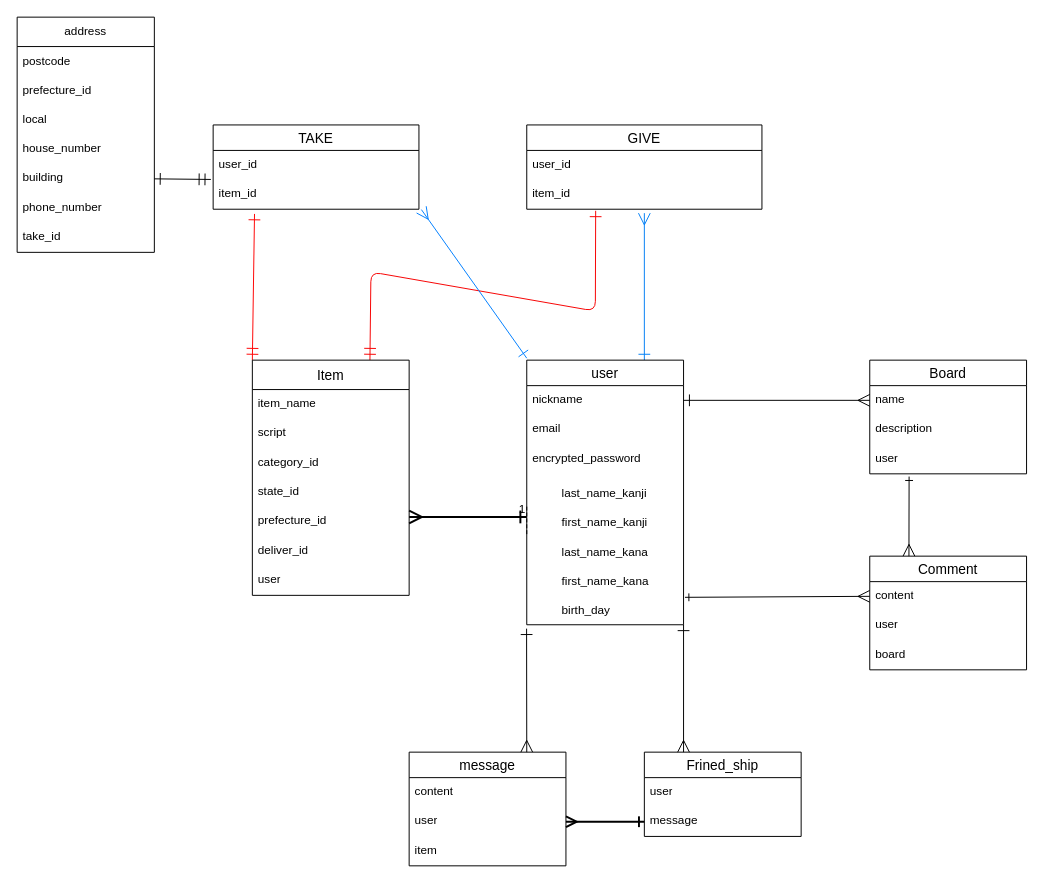
The draw.io diagram katarine.dio in Tomoki-Fukasawa/KATARINE, before the edit. Source tidied: cells renumbered, new cells numbered last; positions are measured from the earlier drawing's top-left corner, leaving out a move shared by most shapes. Both pictures are drawn from the tidied source at 98%, with x=0, y=0 at pixel (17, 17).
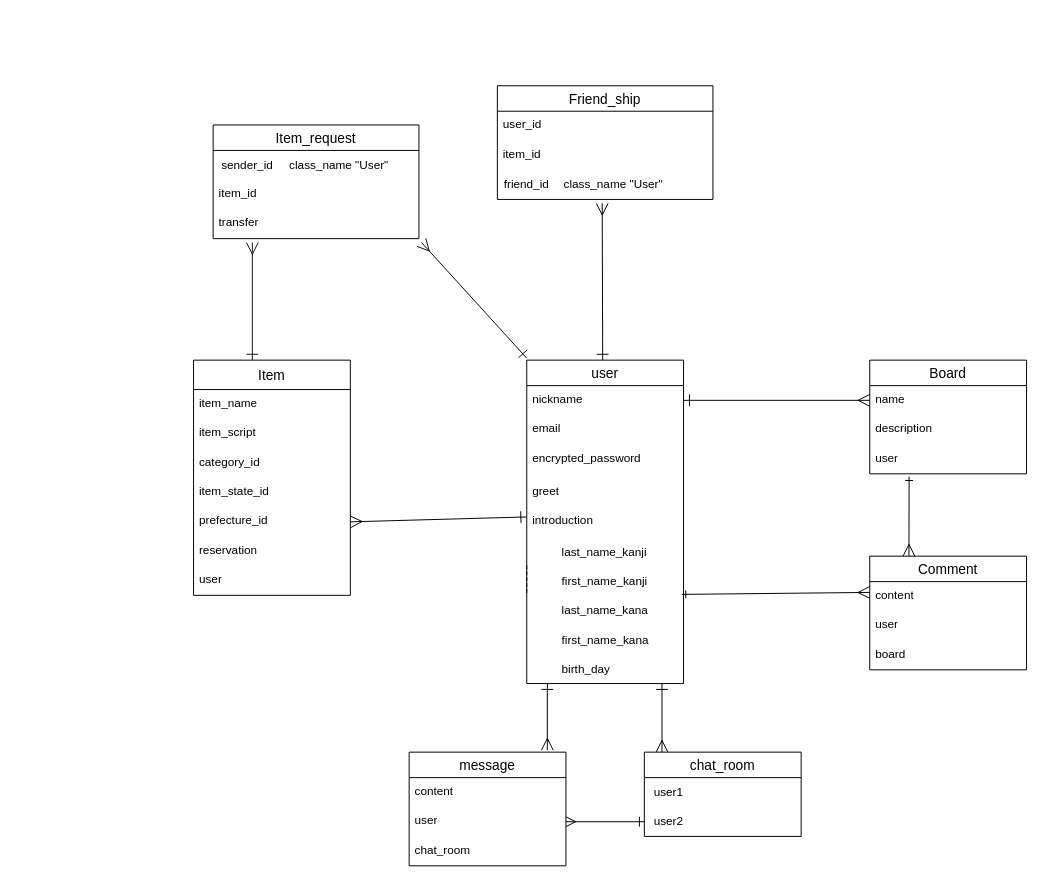
Above is the later version.

The change refers to these unchanged cells:
```xml
<mxCell id="28" value="prefecture_id" style="text;strokeColor=none;fillColor=none;spacingLeft=4;spacingRight=4;overflow=hidden;points=[[0,0.5],[1,0.5]];portConstraint=eastwest;fontSize=12;whiteSpace=wrap;html=1;" parent="23" vertex="1">
  <mxGeometry y="150" width="160" height="30" as="geometry" />
</mxCell>
<mxCell id="32" value="content" style="text;strokeColor=none;fillColor=none;spacingLeft=4;spacingRight=4;overflow=hidden;points=[[0,0.5],[1,0.5]];portConstraint=eastwest;fontSize=12;whiteSpace=wrap;html=1;" parent="31" vertex="1">
  <mxGeometry y="26" width="160" height="30" as="geometry" />
</mxCell>
<mxCell id="38" value="message" style="swimlane;fontStyle=0;horizontal=1;startSize=26;align=center;fontSize=14;" parent="1" vertex="1">
  <mxGeometry x="400" y="750" width="160" height="116" as="geometry" />
</mxCell>
<mxCell id="40" value="user" style="text;strokeColor=none;fillColor=none;spacingLeft=4;spacingRight=4;overflow=hidden;points=[[0,0.5],[1,0.5]];portConstraint=eastwest;fontSize=12;whiteSpace=wrap;html=1;" parent="38" vertex="1">
  <mxGeometry y="56" width="160" height="30" as="geometry" />
</mxCell>
<mxCell id="44" value="item_id" style="text;strokeColor=none;fillColor=none;spacingLeft=4;spacingRight=4;overflow=hidden;points=[[0,0.5],[1,0.5]];portConstraint=eastwest;fontSize=12;whiteSpace=wrap;html=1;" parent="42" vertex="1">
  <mxGeometry y="56" width="210" height="30" as="geometry" />
</mxCell>
```

Diff of the diagram source:
```diff
@@
-    <mxCell id="2" style="edgeStyle=none;html=1;exitX=0.75;exitY=0;exitDx=0;exitDy=0;endArrow=ERmany;endFill=0;startArrow=ERone;startFill=0;endSize=10;startSize=10;targetPerimeterSpacing=4;sourcePerimeterSpacing=4;strokeColor=light-dark(#0581f5, #ededed);" parent="1" edge="1" source="3" target="47">
-      <mxGeometry relative="1" as="geometry" />
-    </mxCell>
     <mxCell id="3" value="user" style="swimlane;fontStyle=0;horizontal=1;startSize=26;align=center;fontSize=14;" parent="1" vertex="1">
-      <mxGeometry x="520" y="350" width="160" height="270" as="geometry" />
+      <mxGeometry x="520" y="350" width="160" height="330" as="geometry" />
     </mxCell>
@@
+    <mxCell id="66" value="greet" style="text;strokeColor=none;fillColor=none;spacingLeft=4;spacingRight=4;overflow=hidden;fontSize=12;whiteSpace=wrap;html=1;" parent="3" vertex="1">
+      <mxGeometry y="120" width="160" height="30" as="geometry" />
+    </mxCell>
+    <mxCell id="67" value="introduction" style="text;strokeColor=none;fillColor=none;spacingLeft=4;spacingRight=4;overflow=hidden;fontSize=12;whiteSpace=wrap;html=1;" parent="3" vertex="1">
+      <mxGeometry y="150" width="160" height="30" as="geometry" />
+    </mxCell>
     <mxCell id="7" value="last_name_kanji" style="shape=partialRectangle;fillColor=none;align=left;verticalAlign=middle;strokeColor=none;spacingLeft=34;" parent="3" vertex="1">
-      <mxGeometry y="120" width="160" height="30" as="geometry" />
+      <mxGeometry y="180" width="160" height="30" as="geometry" />
     </mxCell>
@@
     <mxCell id="9" value="first_name_kanji" style="shape=partialRectangle;fillColor=none;align=left;verticalAlign=middle;strokeColor=none;spacingLeft=34;points=[[0,0.5],[1,0.5]];portConstraint=eastwest;" parent="3" vertex="1">
-      <mxGeometry y="150" width="160" height="30" as="geometry" />
+      <mxGeometry y="210" width="160" height="30" as="geometry" />
     </mxCell>
@@
     <mxCell id="11" value="last_name_kana" style="shape=partialRectangle;fillColor=none;align=left;verticalAlign=middle;strokeColor=none;spacingLeft=34;" parent="3" vertex="1">
-      <mxGeometry y="180" width="160" height="30" as="geometry" />
+      <mxGeometry y="240" width="160" height="30" as="geometry" />
     </mxCell>
@@
     <mxCell id="13" value="first_name_kana" style="shape=partialRectangle;fillColor=none;align=left;verticalAlign=middle;strokeColor=none;spacingLeft=34;" parent="3" vertex="1">
-      <mxGeometry y="210" width="160" height="30" as="geometry" />
+      <mxGeometry y="270" width="160" height="30" as="geometry" />
     </mxCell>
@@
     <mxCell id="15" value="birth_day" style="shape=partialRectangle;fillColor=none;align=left;verticalAlign=middle;strokeColor=none;spacingLeft=34;points=[[0,0.5],[1,0.5]];portConstraint=eastwest;" parent="3" vertex="1">
-      <mxGeometry y="240" width="160" height="30" as="geometry" />
+      <mxGeometry y="300" width="160" height="30" as="geometry" />
     </mxCell>
@@
-    <mxCell id="21" style="edgeStyle=none;html=1;exitX=0;exitY=0;exitDx=0;exitDy=0;endSize=10;startSize=10;targetPerimeterSpacing=4;sourcePerimeterSpacing=4;endArrow=ERone;endFill=0;startArrow=ERmandOne;startFill=0;entryX=0.201;entryY=1.16;entryDx=0;entryDy=0;entryPerimeter=0;strokeColor=light-dark(#ff0505, #ededed);" parent="1" edge="1" source="23" target="44">
-      <mxGeometry relative="1" as="geometry" />
+    <mxCell id="21" style="edgeStyle=none;html=1;exitX=0;exitY=0;exitDx=0;exitDy=0;endSize=10;startSize=10;targetPerimeterSpacing=4;sourcePerimeterSpacing=4;endArrow=ERmany;endFill=0;startArrow=ERone;startFill=0;strokeColor=light-dark(#121111, #ededed);" parent="1" edge="1">
+      <mxGeometry relative="1" as="geometry">
+        <mxPoint x="240" y="350" as="sourcePoint" />
+        <mxPoint x="240" y="230" as="targetPoint" />
+        <Array as="points">
+          <mxPoint x="240" y="250" />
+        </Array>
+      </mxGeometry>
     </mxCell>
-    <mxCell id="22" style="edgeStyle=none;html=1;exitX=0.75;exitY=0;exitDx=0;exitDy=0;entryX=0.293;entryY=1.053;entryDx=0;entryDy=0;entryPerimeter=0;startArrow=ERmandOne;startFill=0;endArrow=ERone;endFill=0;endSize=10;startSize=10;targetPerimeterSpacing=4;sourcePerimeterSpacing=4;strokeColor=light-dark(#f70202, #ededed);" parent="1" edge="1" source="23" target="47">
-      <mxGeometry relative="1" as="geometry">
-        <Array as="points">
-          <mxPoint x="361" y="260" />
-          <mxPoint x="590" y="300" />
-        </Array>
-      </mxGeometry>
-    </mxCell>
     <mxCell id="23" value="Item" style="swimlane;fontStyle=0;horizontal=1;startSize=30;align=center;fontSize=14;direction=east;" parent="1" vertex="1">
-      <mxGeometry x="240" y="350" width="160" height="240" as="geometry" />
+      <mxGeometry x="180" y="350" width="160" height="240" as="geometry" />
     </mxCell>
@@
-    <mxCell id="25" value="script" style="text;strokeColor=none;fillColor=none;spacingLeft=4;spacingRight=4;overflow=hidden;fontSize=12;whiteSpace=wrap;html=1;" parent="23" vertex="1">
+    <mxCell id="25" value="item_script" style="text;strokeColor=none;fillColor=none;spacingLeft=4;spacingRight=4;overflow=hidden;fontSize=12;whiteSpace=wrap;html=1;" parent="23" vertex="1">
       <mxGeometry y="60" width="160" height="30" as="geometry" />
     </mxCell>
@@
-    <mxCell id="27" value="state_id" style="text;strokeColor=none;fillColor=none;spacingLeft=4;spacingRight=4;overflow=hidden;fontSize=12;whiteSpace=wrap;html=1;perimeterSpacing=1;" parent="23" vertex="1">
+    <mxCell id="27" value="item_state_id" style="text;strokeColor=none;fillColor=none;spacingLeft=4;spacingRight=4;overflow=hidden;fontSize=12;whiteSpace=wrap;html=1;perimeterSpacing=1;" parent="23" vertex="1">
       <mxGeometry y="120" width="160" height="30" as="geometry" />
     </mxCell>
@@
-    <mxCell id="29" value="deliver_id" style="text;strokeColor=none;fillColor=none;spacingLeft=4;spacingRight=4;overflow=hidden;fontSize=12;whiteSpace=wrap;html=1;" parent="23" vertex="1">
+    <mxCell id="29" value="reservation" style="text;strokeColor=none;fillColor=none;spacingLeft=4;spacingRight=4;overflow=hidden;fontSize=12;whiteSpace=wrap;html=1;" parent="23" vertex="1">
       <mxGeometry y="180" width="160" height="30" as="geometry" />
     </mxCell>
@@
-    <mxCell id="35" value="Frined_ship" style="swimlane;fontStyle=0;horizontal=1;startSize=26;align=center;fontSize=14;" parent="1" vertex="1">
+    <mxCell id="35" value="chat_room" style="swimlane;fontStyle=0;horizontal=1;startSize=26;align=center;fontSize=14;" parent="1" vertex="1">
       <mxGeometry x="640" y="750" width="160" height="86" as="geometry" />
     </mxCell>
-    <mxCell id="36" value="user" style="text;strokeColor=none;fillColor=none;spacingLeft=4;spacingRight=4;overflow=hidden;fontSize=12;whiteSpace=wrap;html=1;" parent="35" vertex="1">
-      <mxGeometry y="26" width="160" height="30" as="geometry" />
-    </mxCell>
-    <mxCell id="37" value="message&lt;div&gt;&lt;br&gt;&lt;/div&gt;" style="text;strokeColor=none;fillColor=none;spacingLeft=4;spacingRight=4;overflow=hidden;points=[[0,0.5],[1,0.5]];portConstraint=eastwest;fontSize=12;whiteSpace=wrap;html=1;" parent="35" vertex="1">
-      <mxGeometry y="56" width="160" height="30" as="geometry" />
-    </mxCell>
+    <mxCell id="68" style="shape=table;startSize=0;childLayout=tableLayout;rowLines=0;fontStyle=0;align=center;strokeColor=none;fillColor=none;" parent="35" vertex="1">
+      <mxGeometry y="26" width="160" height="30" as="geometry" />
+    </mxCell>
+    <mxCell id="69" style="shape=tableRow;horizontal=0;startSize=0;swimlaneHead=0;swimlaneBody=0;fillColor=none;top=0;left=0;right=0;bottom=0;" parent="68" vertex="1">
+      <mxGeometry width="160" height="30" as="geometry" />
+    </mxCell>
+    <mxCell id="70" value="user1" style="shape=partialRectangle;fillColor=none;top=0;left=0;bottom=0;right=0;fontStyle=0;overflow=hidden;whiteSpace=wrap;html=1;" parent="69" vertex="1">
+      <mxGeometry width="50" height="30" as="geometry" />
+    </mxCell>
+    <mxCell id="71" style="shape=partialRectangle;fillColor=none;top=0;left=0;bottom=0;right=0;align=left;spacingLeft=6;fontStyle=0;overflow=hidden;whiteSpace=wrap;html=1;" parent="69" vertex="1">
+      <mxGeometry x="50" width="110" height="30" as="geometry" />
+    </mxCell>
+    <mxCell id="72" style="shape=table;startSize=0;childLayout=tableLayout;rowLines=0;fontStyle=0;align=center;strokeColor=none;fillColor=none;" parent="35" vertex="1">
+      <mxGeometry y="56" width="160" height="30" as="geometry" />
+    </mxCell>
+    <mxCell id="73" style="shape=tableRow;horizontal=0;startSize=0;swimlaneHead=0;swimlaneBody=0;fillColor=none;points=[[0,0.5],[1,0.5]];portConstraint=eastwest;top=0;left=0;right=0;bottom=0;" parent="72" vertex="1">
+      <mxGeometry width="160" height="30" as="geometry" />
+    </mxCell>
+    <mxCell id="74" value="user2" style="shape=partialRectangle;fillColor=none;top=0;left=0;bottom=0;right=0;fontStyle=0;overflow=hidden;whiteSpace=wrap;html=1;" parent="73" vertex="1">
+      <mxGeometry width="50" height="30" as="geometry" />
+    </mxCell>
+    <mxCell id="75" style="shape=partialRectangle;fillColor=none;top=0;left=0;bottom=0;right=0;align=left;spacingLeft=6;fontStyle=0;overflow=hidden;whiteSpace=wrap;html=1;" parent="73" vertex="1">
+      <mxGeometry x="50" width="110" height="30" as="geometry" />
+    </mxCell>
@@
-    <mxCell id="41" value="item" style="text;strokeColor=none;fillColor=none;spacingLeft=4;spacingRight=4;overflow=hidden;fontSize=12;whiteSpace=wrap;html=1;" parent="38" vertex="1">
+    <mxCell id="41" value="chat_room" style="text;strokeColor=none;fillColor=none;spacingLeft=4;spacingRight=4;overflow=hidden;fontSize=12;whiteSpace=wrap;html=1;" parent="38" vertex="1">
       <mxGeometry y="86" width="160" height="30" as="geometry" />
     </mxCell>
-    <mxCell id="42" value="TAKE" style="swimlane;fontStyle=0;horizontal=1;startSize=26;align=center;fontSize=14;" parent="1" vertex="1">
-      <mxGeometry x="200" y="110" width="210" height="86" as="geometry" />
+    <mxCell id="42" value="Item_request" style="swimlane;fontStyle=0;horizontal=1;startSize=26;align=center;fontSize=14;" parent="1" vertex="1">
+      <mxGeometry x="200" y="110" width="210" height="116" as="geometry" />
     </mxCell>
-    <mxCell id="43" value="user_id" style="text;strokeColor=none;fillColor=none;spacingLeft=4;spacingRight=4;overflow=hidden;fontSize=12;whiteSpace=wrap;html=1;" parent="42" vertex="1">
-      <mxGeometry y="26" width="210" height="30" as="geometry" />
-    </mxCell>
+    <mxCell id="76" style="shape=table;startSize=0;childLayout=tableLayout;rowLines=0;fontStyle=0;align=center;strokeColor=none;fillColor=none;" parent="42" vertex="1">
+      <mxGeometry y="26" width="210" height="30" as="geometry" />
+    </mxCell>
+    <mxCell id="77" style="shape=tableRow;horizontal=0;startSize=0;swimlaneHead=0;swimlaneBody=0;fillColor=none;top=0;left=0;right=0;bottom=0;" parent="76" vertex="1">
+      <mxGeometry width="210" height="30" as="geometry" />
+    </mxCell>
+    <mxCell id="78" value="sender_id" style="shape=partialRectangle;fillColor=none;top=0;left=0;bottom=0;right=0;fontStyle=0;overflow=hidden;whiteSpace=wrap;html=1;" parent="77" vertex="1">
+      <mxGeometry width="70" height="30" as="geometry" />
+    </mxCell>
+    <mxCell id="79" value="class_name &quot;User&quot;" style="shape=partialRectangle;fillColor=none;top=0;left=0;bottom=0;right=0;align=left;spacingLeft=6;fontStyle=0;overflow=hidden;whiteSpace=wrap;html=1;" parent="77" vertex="1">
+      <mxGeometry x="70" width="140" height="30" as="geometry" />
+    </mxCell>
@@
-    <mxCell id="45" value="GIVE" style="swimlane;fontStyle=0;horizontal=1;startSize=26;align=center;fontSize=14;" parent="1" vertex="1">
-      <mxGeometry x="520" y="110" width="240" height="86" as="geometry" />
-    </mxCell>
-    <mxCell id="46" value="user_id" style="text;strokeColor=none;fillColor=none;spacingLeft=4;spacingRight=4;overflow=hidden;fontSize=12;whiteSpace=wrap;html=1;" parent="45" vertex="1">
-      <mxGeometry y="26" width="240" height="30" as="geometry" />
-    </mxCell>
-    <mxCell id="47" value="item_id" style="text;strokeColor=none;fillColor=none;spacingLeft=4;spacingRight=4;overflow=hidden;points=[[0,0.5],[1,0.5]];portConstraint=eastwest;fontSize=12;whiteSpace=wrap;html=1;" parent="45" vertex="1">
-      <mxGeometry y="56" width="240" height="30" as="geometry" />
-    </mxCell>
+    <mxCell id="80" value="transfer" style="text;strokeColor=none;fillColor=none;spacingLeft=4;spacingRight=4;overflow=hidden;points=[[0,0.5],[1,0.5]];portConstraint=eastwest;fontSize=12;whiteSpace=wrap;html=1;" parent="42" vertex="1">
+      <mxGeometry y="86" width="210" height="30" as="geometry" />
+    </mxCell>
-    <mxCell id="48" style="endArrow=ERone;html=1;rounded=0;startArrow=ERmany;startFill=0;endFill=0;targetPerimeterSpacing=10;sourcePerimeterSpacing=14;startSize=10;endSize=10;strokeWidth=2;" parent="1" edge="1">
+    <mxCell id="48" style="endArrow=ERone;html=1;rounded=0;startArrow=ERmany;startFill=0;endFill=0;targetPerimeterSpacing=10;sourcePerimeterSpacing=14;startSize=10;endSize=10;strokeWidth=1;exitX=1;exitY=0.5;exitDx=0;exitDy=0;" parent="1" edge="1" source="28">
       <mxGeometry relative="1" as="geometry">
-        <mxPoint x="400" y="510" as="sourcePoint" />
         <mxPoint x="520" y="510" as="targetPoint" />
       </mxGeometry>
     </mxCell>
-    <mxCell id="49" value="1" style="html=1;whiteSpace=wrap;align=right;verticalAlign=bottom;" parent="48" vertex="1">
-      <mxGeometry x="1" relative="1" as="geometry" />
-    </mxCell>
@@
-    <mxCell id="51" style="edgeStyle=none;html=1;exitX=0;exitY=0.5;exitDx=0;exitDy=0;entryX=1.009;entryY=0.067;entryDx=0;entryDy=0;entryPerimeter=0;endArrow=ERone;endFill=0;startArrow=ERmany;startFill=0;sourcePerimeterSpacing=5;targetPerimeterSpacing=5;startSize=10;" parent="1" edge="1" source="32" target="15">
-      <mxGeometry relative="1" as="geometry" />
+    <mxCell id="51" style="edgeStyle=none;html=1;exitX=0;exitY=0.5;exitDx=0;exitDy=0;entryX=0.989;entryY=0.967;entryDx=0;entryDy=0;entryPerimeter=0;endArrow=ERone;endFill=0;startArrow=ERmany;startFill=0;sourcePerimeterSpacing=5;targetPerimeterSpacing=5;startSize=10;" parent="1" edge="1" target="9">
+      <mxGeometry relative="1" as="geometry">
+        <mxPoint x="870" y="587" as="sourcePoint" />
+      </mxGeometry>
     </mxCell>
@@
-    <mxCell id="53" style="edgeStyle=none;html=1;exitX=0.75;exitY=0;exitDx=0;exitDy=0;entryX=-0.001;entryY=1.133;entryDx=0;entryDy=0;entryPerimeter=0;endArrow=ERone;endFill=0;startArrow=ERmany;startFill=0;startSize=10;endSize=10;targetPerimeterSpacing=5;sourcePerimeterSpacing=5;" parent="1" edge="1" source="38" target="15">
-      <mxGeometry relative="1" as="geometry" />
+    <mxCell id="53" style="edgeStyle=none;html=1;exitX=0.75;exitY=0;exitDx=0;exitDy=0;endArrow=ERone;endFill=0;startArrow=ERmany;startFill=0;startSize=10;endSize=10;targetPerimeterSpacing=5;sourcePerimeterSpacing=5;" parent="1" edge="1">
+      <mxGeometry relative="1" as="geometry">
+        <mxPoint x="541" y="748" as="sourcePoint" />
+        <mxPoint x="541" y="680" as="targetPoint" />
+      </mxGeometry>
     </mxCell>
-    <mxCell id="54" style="edgeStyle=none;html=1;exitX=0.25;exitY=0;exitDx=0;exitDy=0;entryX=1;entryY=1;entryDx=0;entryDy=0;entryPerimeter=0;endArrow=ERone;endFill=0;startArrow=ERmany;startFill=0;startSize=10;endSize=10;targetPerimeterSpacing=4;sourcePerimeterSpacing=4;" parent="1" edge="1" source="35" target="15">
-      <mxGeometry relative="1" as="geometry" />
+    <mxCell id="54" style="edgeStyle=none;html=1;exitX=0.25;exitY=0;exitDx=0;exitDy=0;endArrow=ERone;endFill=0;startArrow=ERmany;startFill=0;startSize=10;endSize=10;targetPerimeterSpacing=4;sourcePerimeterSpacing=4;" parent="1" edge="1">
+      <mxGeometry relative="1" as="geometry">
+        <mxPoint x="658" y="750" as="sourcePoint" />
+        <mxPoint x="658" y="680" as="targetPoint" />
+      </mxGeometry>
     </mxCell>
-    <mxCell id="55" style="edgeStyle=none;html=1;exitX=0;exitY=0;exitDx=0;exitDy=0;entryX=1.012;entryY=1.08;entryDx=0;entryDy=0;entryPerimeter=0;startArrow=ERone;startFill=0;endArrow=ERmany;endFill=0;targetPerimeterSpacing=4;sourcePerimeterSpacing=4;startSize=10;endSize=10;strokeColor=#007FFF;" parent="1" edge="1">
+    <mxCell id="55" style="edgeStyle=none;html=1;exitX=0;exitY=0;exitDx=0;exitDy=0;entryX=1.012;entryY=1.127;entryDx=0;entryDy=0;entryPerimeter=0;startArrow=ERone;startFill=0;endArrow=ERmany;endFill=0;targetPerimeterSpacing=4;sourcePerimeterSpacing=4;startSize=10;endSize=10;strokeColor=light-dark(#0a0a0a, #319eff);" parent="1" edge="1" target="80">
       <mxGeometry relative="1" as="geometry">
         <mxPoint x="520" y="348" as="sourcePoint" />
-        <mxPoint x="412.5" y="196.4" as="targetPoint" />
       </mxGeometry>
     </mxCell>
-    <mxCell id="56" value="address" style="swimlane;fontStyle=0;horizontal=1;startSize=30;whiteSpace=wrap;html=1;" parent="1" vertex="1">
-      <mxGeometry width="140" height="240" as="geometry" />
-    </mxCell>
-    <mxCell id="57" value="postcode" style="text;strokeColor=none;fillColor=none;align=left;verticalAlign=middle;spacingLeft=4;spacingRight=4;overflow=hidden;whiteSpace=wrap;html=1;" parent="56" vertex="1">
-      <mxGeometry y="30" width="140" height="30" as="geometry" />
-    </mxCell>
-    <mxCell id="58" value="prefecture_id" style="text;strokeColor=none;fillColor=none;align=left;verticalAlign=middle;spacingLeft=4;spacingRight=4;overflow=hidden;whiteSpace=wrap;html=1;" parent="56" vertex="1">
-      <mxGeometry y="60" width="140" height="30" as="geometry" />
-    </mxCell>
-    <mxCell id="59" value="local" style="text;strokeColor=none;fillColor=none;align=left;verticalAlign=middle;spacingLeft=4;spacingRight=4;overflow=hidden;whiteSpace=wrap;html=1;" parent="56" vertex="1">
-      <mxGeometry y="90" width="140" height="30" as="geometry" />
-    </mxCell>
-    <mxCell id="60" value="house_number" style="text;strokeColor=none;fillColor=none;spacingLeft=4;spacingRight=4;overflow=hidden;fontSize=12;whiteSpace=wrap;html=1;" parent="56" vertex="1">
-      <mxGeometry y="120" width="140" height="30" as="geometry" />
-    </mxCell>
-    <mxCell id="61" value="building" style="text;strokeColor=none;fillColor=none;spacingLeft=4;spacingRight=4;overflow=hidden;points=[[0,0.5],[1,0.5]];portConstraint=eastwest;fontSize=12;whiteSpace=wrap;html=1;" parent="56" vertex="1">
-      <mxGeometry y="150" width="140" height="30" as="geometry" />
-    </mxCell>
-    <mxCell id="62" value="phone_number" style="text;strokeColor=none;fillColor=none;spacingLeft=4;spacingRight=4;overflow=hidden;fontSize=12;whiteSpace=wrap;html=1;" parent="56" vertex="1">
-      <mxGeometry y="180" width="140" height="30" as="geometry" />
-    </mxCell>
-    <mxCell id="63" value="take_id" style="text;strokeColor=none;fillColor=none;spacingLeft=4;spacingRight=4;overflow=hidden;fontSize=12;whiteSpace=wrap;html=1;" parent="56" vertex="1">
-      <mxGeometry y="210" width="140" height="30" as="geometry" />
-    </mxCell>
-    <mxCell id="64" style="edgeStyle=none;html=1;exitX=1;exitY=0.5;exitDx=0;exitDy=0;entryX=-0.011;entryY=-0.013;entryDx=0;entryDy=0;entryPerimeter=0;endArrow=ERmandOne;endFill=0;startArrow=ERone;startFill=0;endSize=10;startSize=10;targetPerimeterSpacing=4;sourcePerimeterSpacing=4;" parent="1" edge="1" source="61" target="44">
-      <mxGeometry relative="1" as="geometry" />
-    </mxCell>
-    <mxCell id="65" style="edgeStyle=none;html=1;exitX=0;exitY=0.5;exitDx=0;exitDy=0;entryX=1;entryY=0.5;entryDx=0;entryDy=0;strokeWidth=2;startArrow=ERone;startFill=0;endArrow=ERmany;endFill=0;endSize=8;startSize=8;" parent="1" edge="1" source="37" target="40">
+    <mxCell id="65" style="edgeStyle=none;html=1;entryX=1;entryY=0.5;entryDx=0;entryDy=0;strokeWidth=1;startArrow=ERone;startFill=0;endArrow=ERmany;endFill=0;endSize=8;startSize=8;exitX=0;exitY=0.5;exitDx=0;exitDy=0;" parent="1" edge="1" source="73" target="40">
       <mxGeometry relative="1" as="geometry" />
     </mxCell>
+    <mxCell id="81" style="edgeStyle=none;html=1;exitX=0;exitY=0;exitDx=0;exitDy=0;startArrow=ERone;startFill=0;endArrow=ERmany;endFill=0;targetPerimeterSpacing=4;sourcePerimeterSpacing=4;startSize=10;endSize=10;strokeColor=#000000;" parent="1" edge="1">
+      <mxGeometry relative="1" as="geometry">
+        <mxPoint x="597.5" y="350" as="sourcePoint" />
+        <mxPoint x="597" y="190" as="targetPoint" />
+      </mxGeometry>
+    </mxCell>
+    <mxCell id="82" value="Friend_ship" style="swimlane;fontStyle=0;horizontal=1;startSize=26;align=center;fontSize=14;" parent="1" vertex="1">
+      <mxGeometry x="490" y="70" width="220" height="116" as="geometry" />
+    </mxCell>
+    <mxCell id="83" value="user_id" style="text;strokeColor=none;fillColor=none;spacingLeft=4;spacingRight=4;overflow=hidden;fontSize=12;whiteSpace=wrap;html=1;" parent="82" vertex="1">
+      <mxGeometry y="26" width="220" height="30" as="geometry" />
+    </mxCell>
+    <mxCell id="47" value="item_id" style="text;strokeColor=none;fillColor=none;spacingLeft=4;spacingRight=4;overflow=hidden;points=[[0,0.5],[1,0.5]];portConstraint=eastwest;fontSize=12;whiteSpace=wrap;html=1;" parent="82" vertex="1">
+      <mxGeometry y="56" width="220" height="30" as="geometry" />
+    </mxCell>
+    <mxCell id="84" style="shape=table;startSize=0;childLayout=tableLayout;rowLines=0;fontStyle=0;align=center;strokeColor=none;fillColor=none;" parent="82" vertex="1">
+      <mxGeometry y="86" width="220" height="30" as="geometry" />
+    </mxCell>
+    <mxCell id="85" style="shape=tableRow;horizontal=0;startSize=0;swimlaneHead=0;swimlaneBody=0;fillColor=none;top=0;left=0;right=0;bottom=0;" parent="84" vertex="1">
+      <mxGeometry width="220" height="30" as="geometry" />
+    </mxCell>
+    <mxCell id="86" value="friend_id" style="shape=partialRectangle;fillColor=none;top=0;left=0;bottom=0;right=0;fontStyle=0;overflow=hidden;whiteSpace=wrap;html=1;" parent="85" vertex="1">
+      <mxGeometry width="60" height="30" as="geometry" />
+    </mxCell>
+    <mxCell id="87" value="class_name &quot;User&quot;" style="shape=partialRectangle;fillColor=none;top=0;left=0;bottom=0;right=0;align=left;spacingLeft=6;fontStyle=0;overflow=hidden;whiteSpace=wrap;html=1;" parent="85" vertex="1">
+      <mxGeometry x="60" width="160" height="30" as="geometry" />
+    </mxCell>
```
